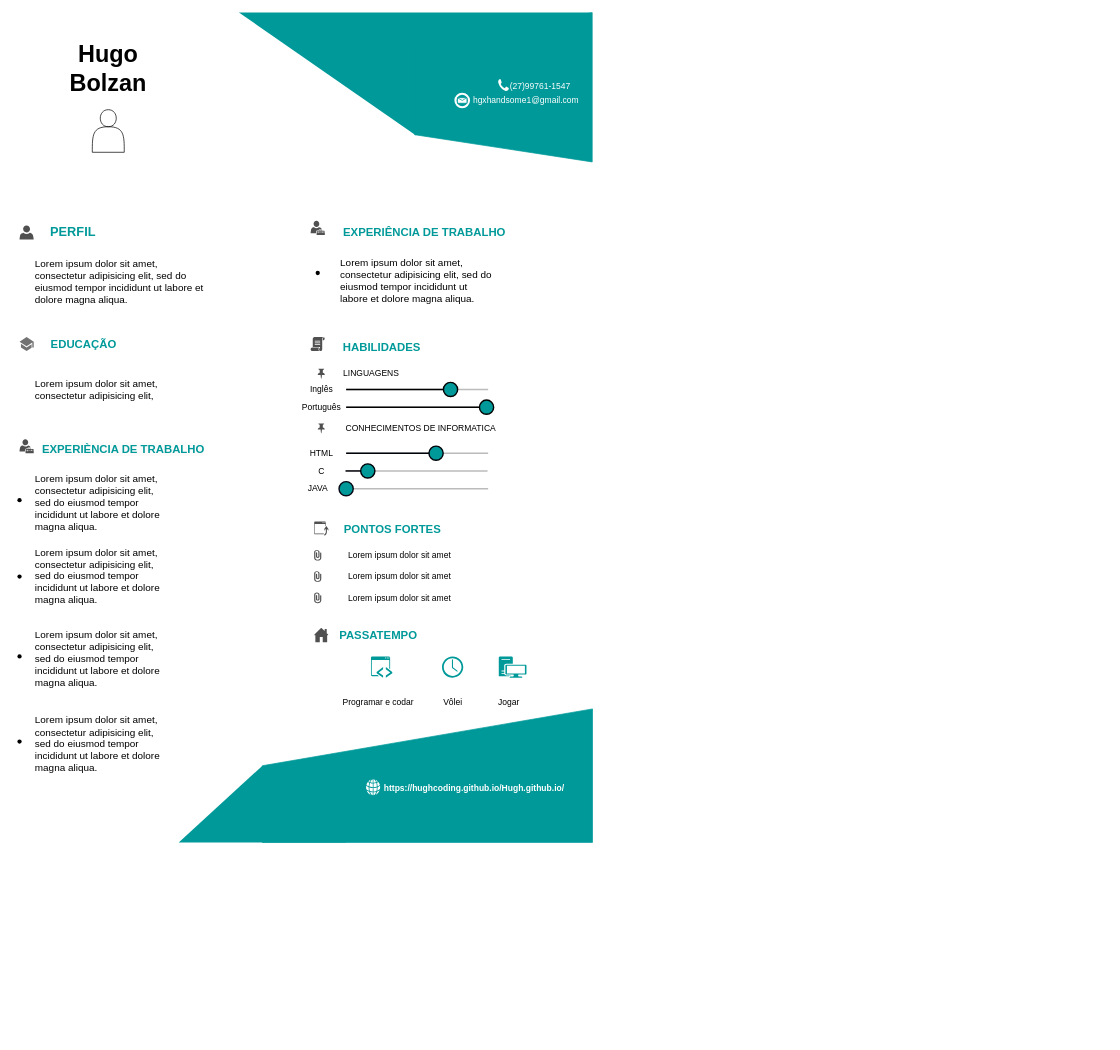
The draw.io diagram Diagrama sem nome.drawio in HughCoding/Hugh.github.io, before the edit. Source tidied: cells renumbered, new cells numbered last; positions are measured from the earlier drawing's top-left corner, leaving out a move shared by most shapes. Both pictures are drawn from the tidied source at 71%, with x=0, y=0 at pixel (12, -1).
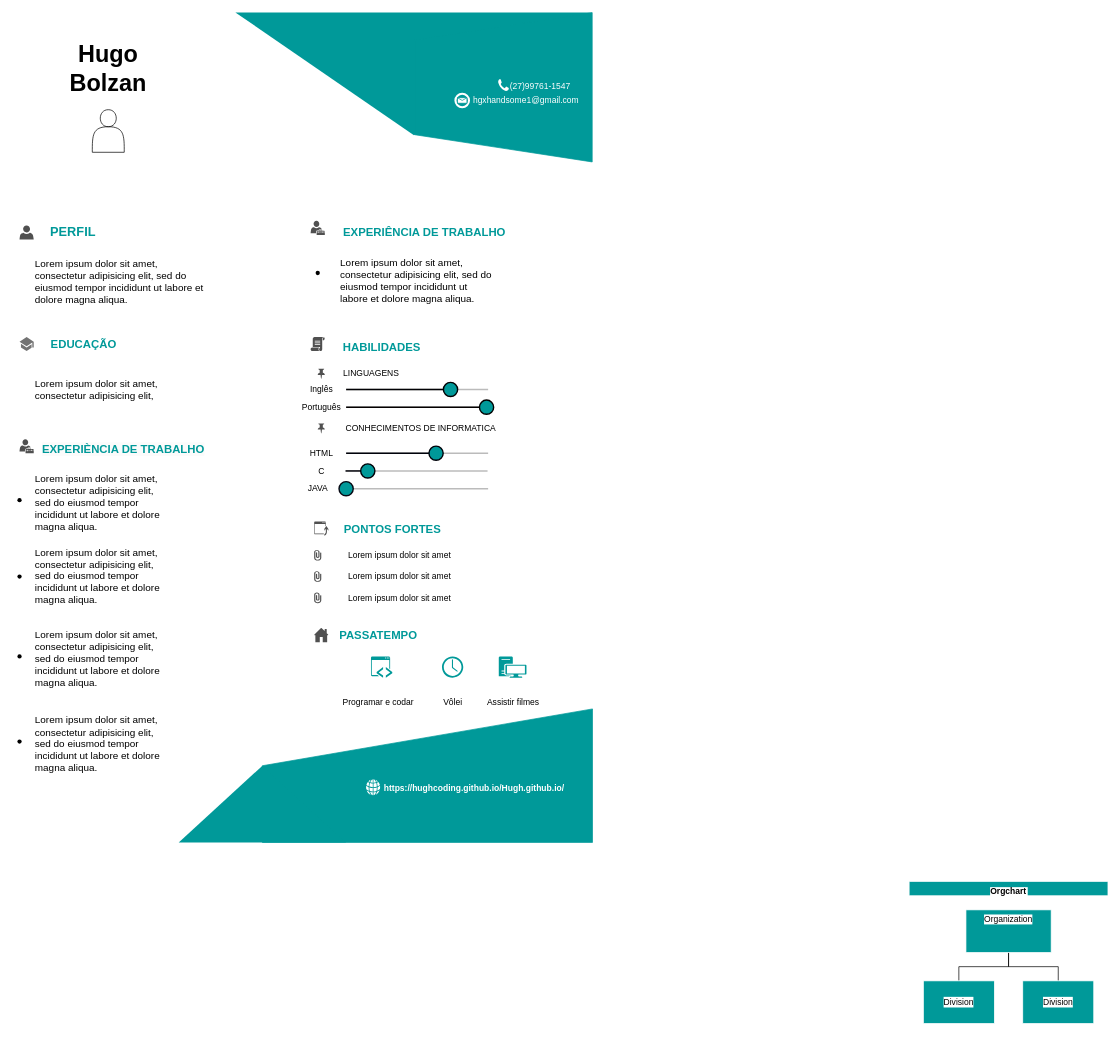
After the change.

What changed in the source:
```diff
@@
     <mxCell id="2" style="triangle;whiteSpace=wrap;html=1;dashed=0;direction=south;rotation=0;strokeColor=none;fillColor=#009999;perimeter=trianglePerimeter;overflow=visible;noLabel=0;fixedWidth=0;enumerate=0;movableLabel=0;" parent="1" vertex="1">
-      <mxGeometry x="319" y="19" width="498" height="173" as="geometry">
+      <mxGeometry x="314" y="19" width="503" height="173" as="geometry">
         <mxPoint x="156" y="50" as="offset" />
       </mxGeometry>
     </mxCell>
@@
-    <mxCell id="50" value="Jogar" style="text;html=1;align=center;verticalAlign=middle;strokeColor=none;fillColor=none;" parent="1" vertex="1">
-      <mxGeometry x="674" y="976" width="50" height="30" as="geometry" />
+    <mxCell id="50" value="Assistir filmes" style="text;html=1;align=center;verticalAlign=middle;strokeColor=none;fillColor=none;" parent="1" vertex="1">
+      <mxGeometry x="659" y="978" width="91" height="26" as="geometry" />
     </mxCell>
@@
+    <mxCell id="66" value="Orgchart" style="swimlane;startSize=20;horizontal=1;containerType=tree;newEdgeStyle={&quot;edgeStyle&quot;:&quot;elbowEdgeStyle&quot;,&quot;startArrow&quot;:&quot;none&quot;,&quot;endArrow&quot;:&quot;none&quot;};dashed=0;strokeColor=#FFFFFF;align=center;verticalAlign=top;fontFamily=Helvetica;fontSize=12;fontColor=default;labelBackgroundColor=#ffffff;fillColor=#009999;" parent="1" vertex="1">
+      <mxGeometry x="1263" y="1243" width="280" height="220" as="geometry" />
+    </mxCell>
+    <mxCell id="67" style="edgeStyle=elbowEdgeStyle;elbow=vertical;sourcePerimeterSpacing=0;targetPerimeterSpacing=0;startArrow=none;endArrow=none;rounded=0;curved=0;fontFamily=Helvetica;fontSize=12;fontColor=default;labelBackgroundColor=#ffffff;" parent="66" edge="1" source="69" target="70">
+      <mxGeometry relative="1" as="geometry" />
+    </mxCell>
+    <mxCell id="68" style="edgeStyle=elbowEdgeStyle;elbow=vertical;sourcePerimeterSpacing=0;targetPerimeterSpacing=0;startArrow=none;endArrow=none;rounded=0;curved=0;fontFamily=Helvetica;fontSize=12;fontColor=default;labelBackgroundColor=#ffffff;" parent="66" edge="1" source="69" target="71">
+      <mxGeometry relative="1" as="geometry" />
+    </mxCell>
+    <mxCell id="69" value="Organization" style="whiteSpace=wrap;html=1;align=center;newEdgeStyle={&quot;edgeStyle&quot;:&quot;elbowEdgeStyle&quot;,&quot;startArrow&quot;:&quot;none&quot;,&quot;endArrow&quot;:&quot;none&quot;};dashed=0;strokeColor=#FFFFFF;verticalAlign=top;fontFamily=Helvetica;fontSize=12;fontColor=default;labelBackgroundColor=#ffffff;fillColor=#009999;" parent="66" vertex="1">
+      <mxGeometry x="80" y="40" width="120" height="60" as="geometry" />
+    </mxCell>
+    <mxCell id="70" value="Division" style="whiteSpace=wrap;html=1;align=center;verticalAlign=middle;newEdgeStyle={&quot;edgeStyle&quot;:&quot;elbowEdgeStyle&quot;,&quot;startArrow&quot;:&quot;none&quot;,&quot;endArrow&quot;:&quot;none&quot;};dashed=0;strokeColor=#FFFFFF;fontFamily=Helvetica;fontSize=12;fontColor=default;labelBackgroundColor=#ffffff;fillColor=#009999;" parent="66" vertex="1">
+      <mxGeometry x="20" y="140" width="100" height="60" as="geometry" />
+    </mxCell>
+    <mxCell id="71" value="Division" style="whiteSpace=wrap;html=1;align=center;verticalAlign=middle;newEdgeStyle={&quot;edgeStyle&quot;:&quot;elbowEdgeStyle&quot;,&quot;startArrow&quot;:&quot;none&quot;,&quot;endArrow&quot;:&quot;none&quot;};dashed=0;strokeColor=#FFFFFF;fontFamily=Helvetica;fontSize=12;fontColor=default;labelBackgroundColor=#ffffff;fillColor=#009999;" parent="66" vertex="1">
+      <mxGeometry x="160" y="140" width="100" height="60" as="geometry" />
+    </mxCell>
```
